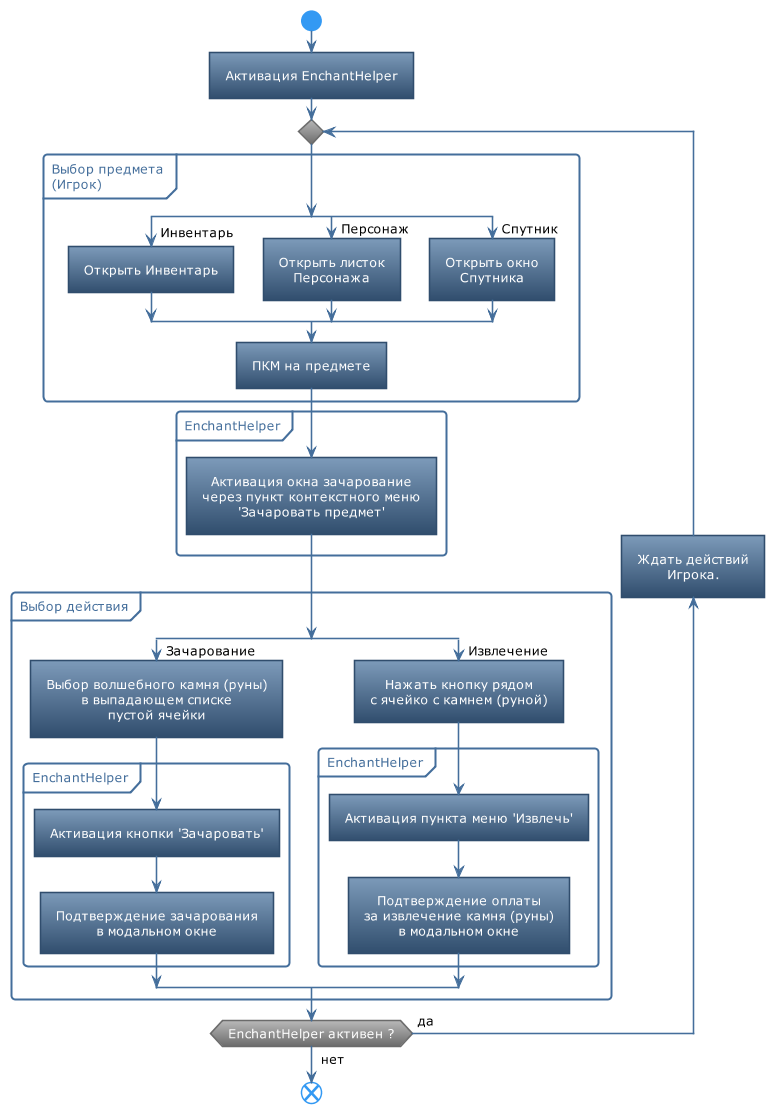
Earlier version of the PlantUML export MainPanel/diagrams/EnchantHelper-RU.png (qpAHTA3EP/EntityToolsDocs). Source of this version:
```plantuml
@startuml
!theme spacelab
skinparam DefaultTextAlignment center

start

:Активация EnchantHelper]

repeat

partition "Выбор предмета\n(Игрок)" {
    split
        -> <color:black>Инвентарь;
        :Открыть Инвентарь]
    split again
        -> <color:black>Персонаж;
        :Открыть листок\nПерсонажа]
    split again
        -> <color:black>Спутник;
        :Открыть окно\nСпутника]
    end split
    :ПКМ на предмете]
}

partition "EnchantHelper" {
    :Активация окна зачарование\nчерез пункт контекстного меню\n'Зачаровать предмет']
}

partition "Выбор действия" {
    split
        -> <color:black>Зачарование;
        :Выбор волшебного камня (руны)\nв выпадающем списке\nпустой ячейки]
        partition "EnchantHelper" {
            :Активация кнопки 'Зачаровать']
            :Подтверждение зачарования\nв модальном окне]
        }
    split again
        -> <color:black>Извлечение;
        :Нажать кнопку рядом\nс ячейко с камнем (руной)]
        partition "EnchantHelper" {
            :Активация пункта меню 'Извлечь']
            :Подтверждение оплаты\nза извлечение камня (руны)\nв модальном окне]
        }
    end split
}

backward :Ждать действий\nИгрока.]
repeat while (EnchantHelper активен ?) is (<color:black>да) not (<color:black>нет)

end

@enduml
```
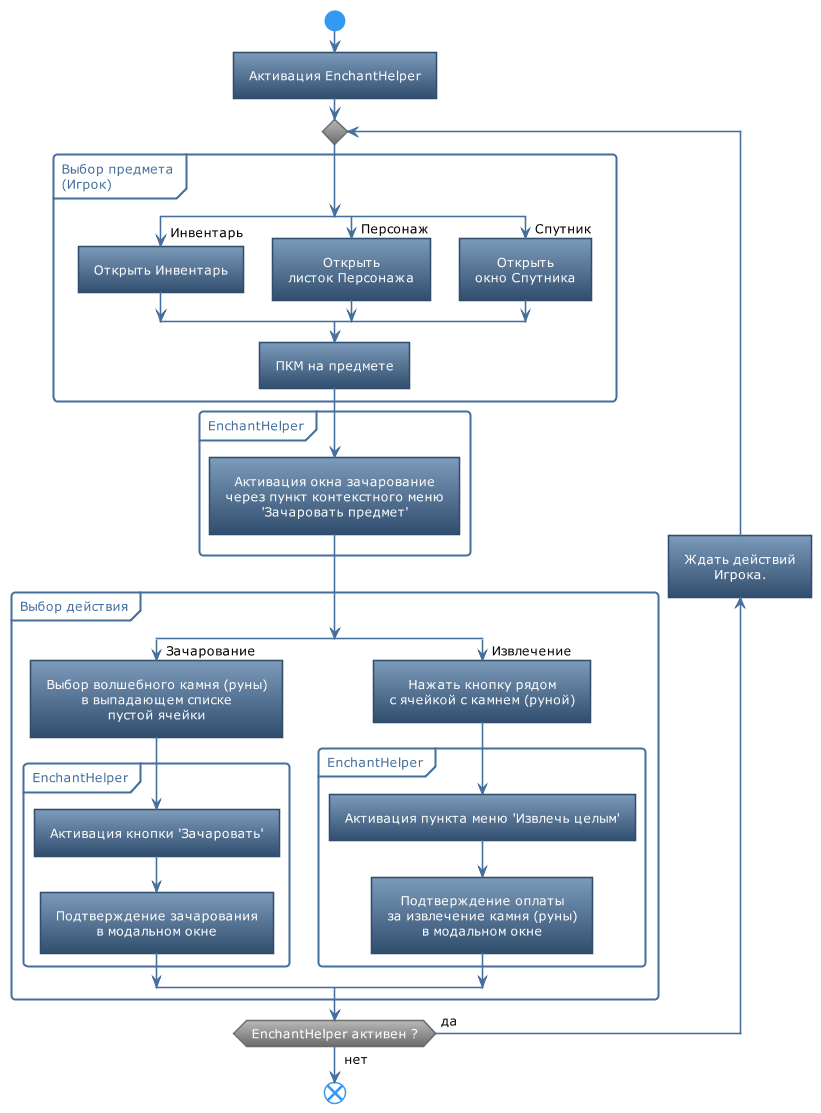
After the commit.

What changed in the source:
```diff
@@ -14,10 +14,10 @@
         :Открыть Инвентарь]
     split again
         -> <color:black>Персонаж;
-        :Открыть листок\nПерсонажа]
+        :Открыть\nлисток Персонажа]
     split again
         -> <color:black>Спутник;
-        :Открыть окно\nСпутника]
+        :Открыть\nокно Спутника]
     end split
     :ПКМ на предмете]
 }
@@ -36,9 +36,9 @@
         }
     split again
         -> <color:black>Извлечение;
-        :Нажать кнопку рядом\nс ячейко с камнем (руной)]
+        :Нажать кнопку рядом\nс ячейкой с камнем (руной)]
         partition "EnchantHelper" {
-            :Активация пункта меню 'Извлечь']
+            :Активация пункта меню 'Извлечь целым']
             :Подтверждение оплаты\nза извлечение камня (руны)\nв модальном окне]
         }
     end split
```
